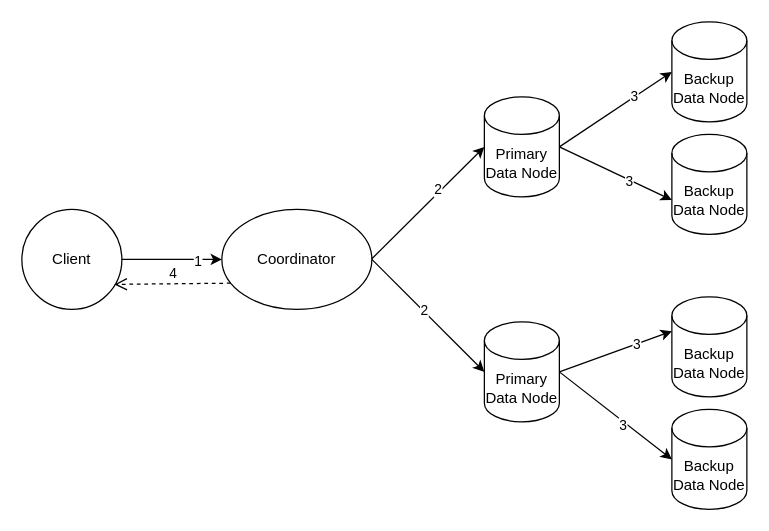
weizheng1990s/Diagram keeps this draw.io diagram as es-data-replication-model.drawio. Above is the earlier version. Source tidied: cells renumbered, new cells numbered last; positions are measured from the earlier drawing's top-left corner, leaving out a move shared by most shapes. Both pictures are drawn from the tidied source at 125%, with x=0, y=0 at pixel (21, 21).
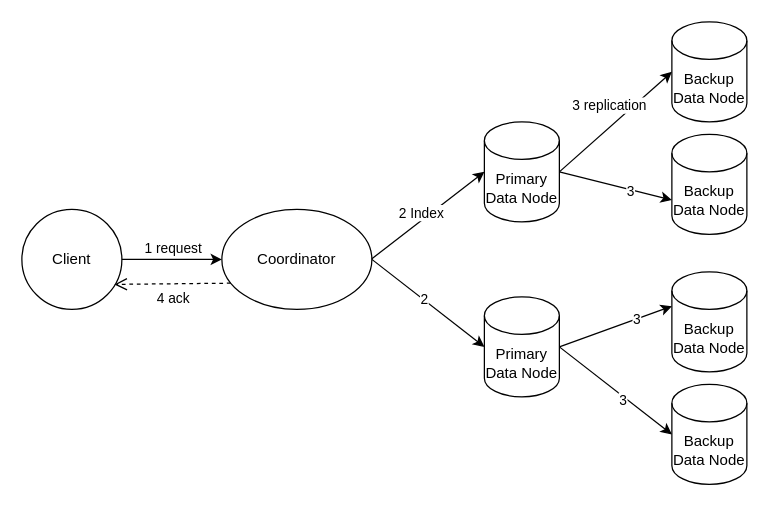
Above is the later version.

The change refers to these unchanged cells:
```xml
<mxCell id="2" value="Client" style="ellipse;whiteSpace=wrap;html=1;" parent="1" vertex="1">
  <mxGeometry y="150" width="80" height="80" as="geometry" />
</mxCell>
<mxCell id="3" value="Coordinator" style="ellipse;whiteSpace=wrap;html=1;" parent="1" vertex="1">
  <mxGeometry x="160" y="150" width="120" height="80" as="geometry" />
</mxCell>
<mxCell id="10" style="endArrow=classic;html=1;exitX=1;exitY=0.5;exitDx=0;exitDy=0;entryX=0;entryY=0.5;entryDx=0;entryDy=0;" parent="1" edge="1" source="2" target="3">
  <mxGeometry relative="1" as="geometry" />
</mxCell>
<mxCell id="14" style="endArrow=classic;html=1;exitX=1;exitY=0.5;exitDx=0;exitDy=0;entryX=0;entryY=0.5;entryDx=0;entryDy=0;entryPerimeter=0;" parent="1" edge="1" target="4">
  <mxGeometry relative="1" as="geometry">
    <mxPoint x="280" y="189.5" as="sourcePoint" />
  </mxGeometry>
</mxCell>
<mxCell id="18" style="endArrow=classic;html=1;exitX=1;exitY=0.5;exitDx=0;exitDy=0;entryX=0;entryY=0.5;entryDx=0;entryDy=0;entryPerimeter=0;exitPerimeter=0;" parent="1" edge="1" source="4" target="6">
  <mxGeometry relative="1" as="geometry" />
</mxCell>
```

What changed in the source:
```diff
@@
     <mxCell id="4" value="Primary Data Node" style="shape=cylinder3;whiteSpace=wrap;html=1;boundedLbl=1;backgroundOutline=1;size=15;" parent="1" vertex="1">
-      <mxGeometry x="370" y="60" width="60" height="80" as="geometry" />
+      <mxGeometry x="370" y="80" width="60" height="80" as="geometry" />
     </mxCell>
     <mxCell id="5" value="Primary Data Node" style="shape=cylinder3;whiteSpace=wrap;html=1;boundedLbl=1;backgroundOutline=1;size=15;" parent="1" vertex="1">
-      <mxGeometry x="370" y="240" width="60" height="80" as="geometry" />
+      <mxGeometry x="370" y="220" width="60" height="80" as="geometry" />
     </mxCell>
@@
     <mxCell id="8" value="Backup Data Node" style="shape=cylinder3;whiteSpace=wrap;html=1;boundedLbl=1;backgroundOutline=1;size=15;" parent="1" vertex="1">
-      <mxGeometry x="520" y="220" width="60" height="80" as="geometry" />
+      <mxGeometry x="520" y="200" width="60" height="80" as="geometry" />
     </mxCell>
     <mxCell id="9" value="Backup Data Node" style="shape=cylinder3;whiteSpace=wrap;html=1;boundedLbl=1;backgroundOutline=1;size=15;" parent="1" vertex="1">
-      <mxGeometry x="520" y="310" width="60" height="80" as="geometry" />
+      <mxGeometry x="520" y="290" width="60" height="80" as="geometry" />
     </mxCell>
@@
-    <mxCell id="11" value="1" style="edgeLabel;html=1;align=center;verticalAlign=middle;" parent="10" vertex="1">
-      <mxGeometry x="0.5" y="-1" relative="1" as="geometry" />
+    <mxCell id="11" value="1 request" style="edgeLabel;html=1;align=center;verticalAlign=middle;" parent="10" vertex="1">
+      <mxGeometry x="0.5" y="-1" relative="1" as="geometry">
+        <mxPoint x="-20" y="-11" as="offset" />
+      </mxGeometry>
     </mxCell>
@@
-    <mxCell id="15" value="2" style="edgeLabel;html=1;align=center;verticalAlign=middle;" parent="14" vertex="1">
-      <mxGeometry x="0.21" y="3" relative="1" as="geometry" />
-    </mxCell>
+    <mxCell id="25" value="2 Index&amp;nbsp;" style="edgeLabel;html=1;align=center;verticalAlign=middle;" parent="14" vertex="1">
+      <mxGeometry x="0.26" y="-2" relative="1" as="geometry">
+        <mxPoint x="-18.1" y="5.5" as="offset" />
+      </mxGeometry>
+    </mxCell>
@@
-    <mxCell id="19" value="3" style="edgeLabel;html=1;align=center;verticalAlign=middle;" parent="18" vertex="1">
-      <mxGeometry x="0.34" y="1" relative="1" as="geometry" />
+    <mxCell id="19" value="3 replication" style="edgeLabel;html=1;align=center;verticalAlign=middle;" parent="18" vertex="1">
+      <mxGeometry x="0.34" y="1" relative="1" as="geometry">
+        <mxPoint x="-20.2" y="1.3" as="offset" />
+      </mxGeometry>
     </mxCell>
@@
-    <mxCell id="24" value="4" style="html=1;verticalAlign=bottom;endArrow=open;dashed=1;endSize=8;exitX=0.058;exitY=0.738;exitDx=0;exitDy=0;exitPerimeter=0;entryX=0.925;entryY=0.75;entryDx=0;entryDy=0;entryPerimeter=0;" parent="1" edge="1" source="3" target="2">
+    <mxCell id="24" style="html=1;verticalAlign=bottom;endArrow=open;dashed=1;endSize=8;exitX=0.058;exitY=0.738;exitDx=0;exitDy=0;exitPerimeter=0;entryX=0.925;entryY=0.75;entryDx=0;entryDy=0;entryPerimeter=0;" parent="1" edge="1" source="3" target="2">
       <mxGeometry relative="1" as="geometry" />
     </mxCell>
+    <mxCell id="26" value="4 ack" style="edgeLabel;html=1;align=center;verticalAlign=middle;" parent="24" vertex="1">
+      <mxGeometry x="0.23" y="-2" relative="1" as="geometry">
+        <mxPoint x="10.1" y="12.4" as="offset" />
+      </mxGeometry>
+    </mxCell>
```
